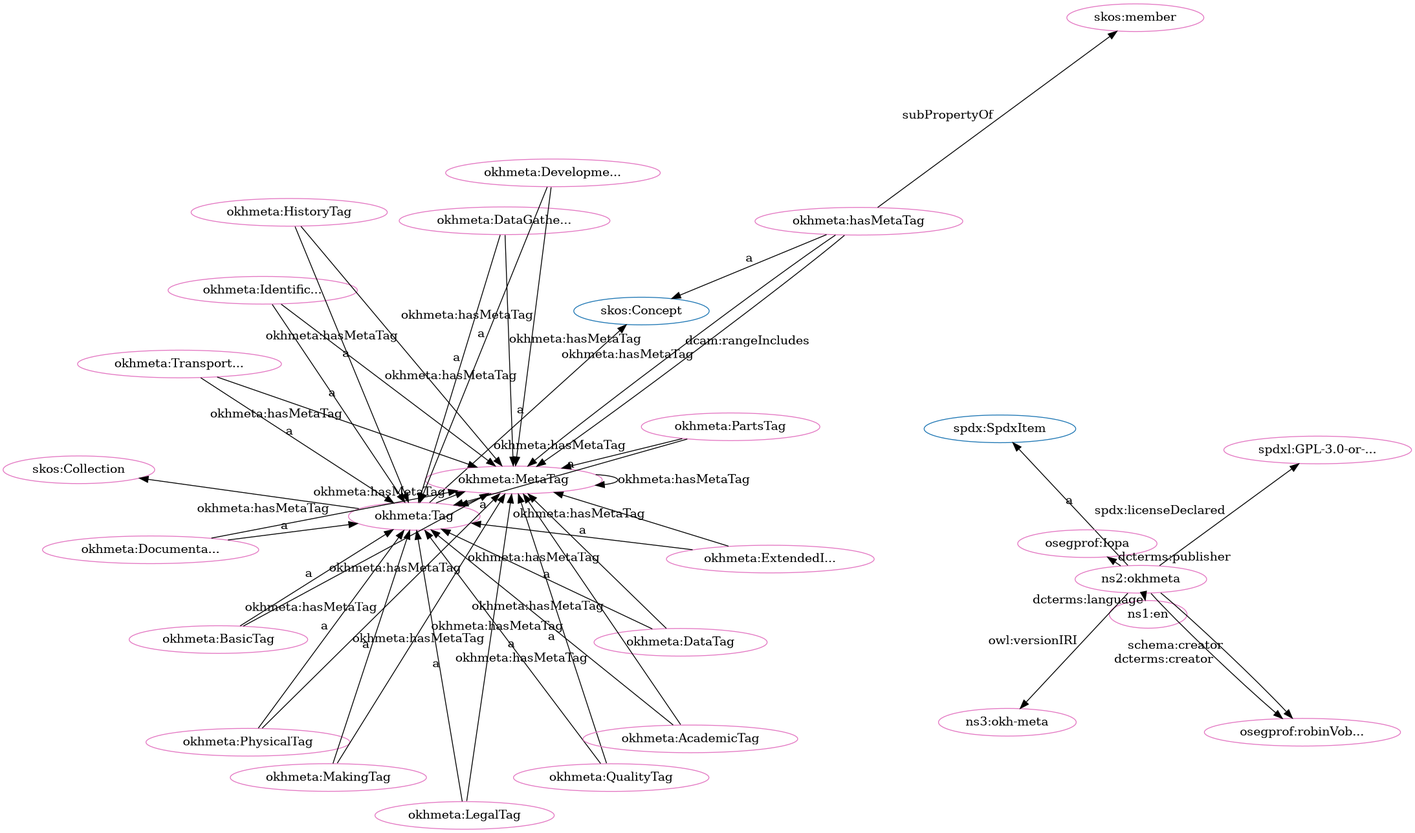
This is src/spec/dot_okh-meta-clean.png from iop-alliance/OpenKnowHow, a Graphviz export, as it was before one commit. Its source is kept beside it as src/spec/dot_okh-meta-clean.dot.
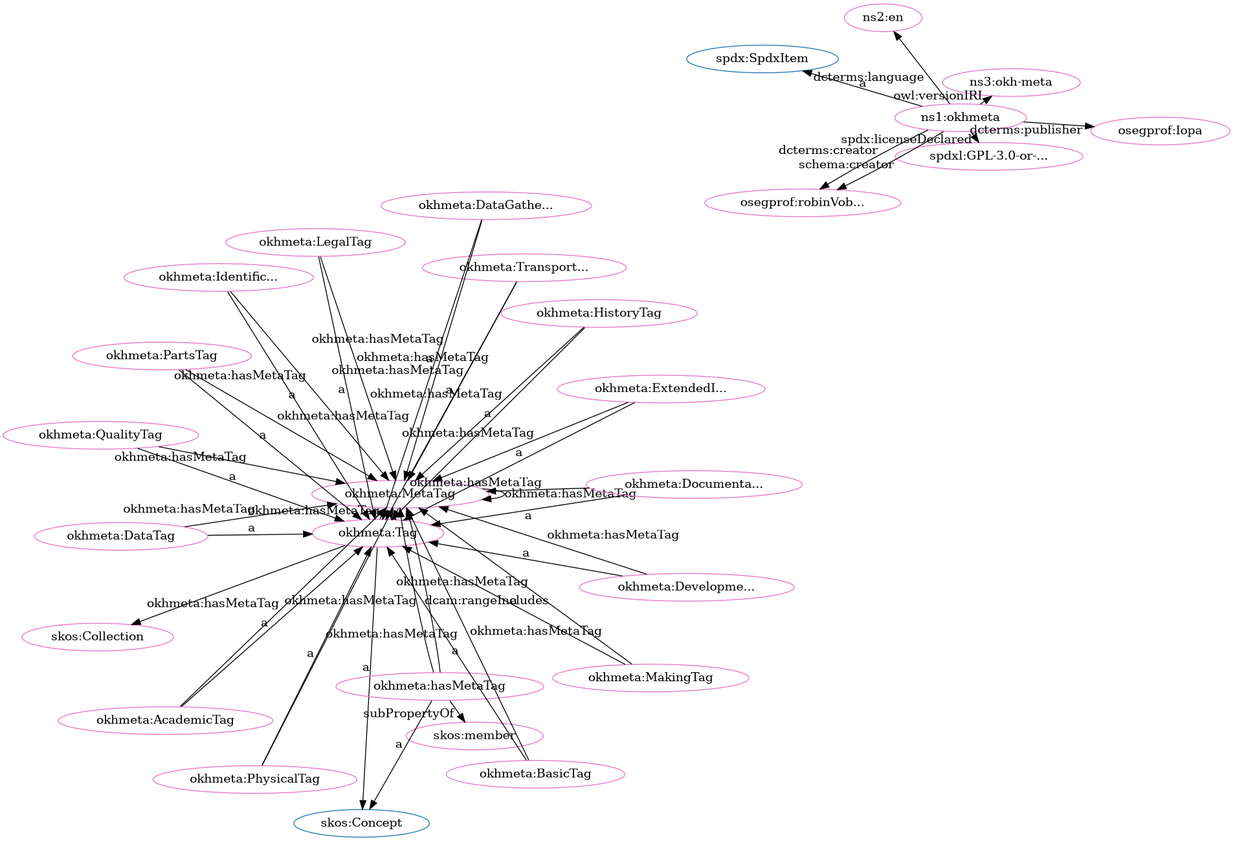
The same diagram one commit later.

The edit, as a diff of the source:
```diff
@@ -2,79 +2,79 @@
   rankdir=BT
   node[height=.3]
 "http://www.w3.org/2004/02/skos/core#Collection" [fillcolor="#1f77b4" color="#1f77b4" label="skos:Collection"]
+"http://spdx.org/rdf/terms#SpdxItem" [fillcolor="#1f77b4" color="#1f77b4" label="spdx:SpdxItem"]
+"http://w3id.org/oseg/ont/okhmeta#Tag" [fillcolor="#1f77b4" color="#1f77b4" label="okhmeta:Tag"]
 "http://www.w3.org/2004/02/skos/core#Concept" [fillcolor="#1f77b4" color="#1f77b4" label="skos:Concept"]
-"http://w3id.org/oseg/ont/okhmeta#Tag" [fillcolor="#1f77b4" color="#1f77b4" label="okhmeta:Tag"]
-"http://spdx.org/rdf/terms#SpdxItem" [fillcolor="#1f77b4" color="#1f77b4" label="spdx:SpdxItem"]
-"http://w3id.org/oseg/ont/okhmeta#ExtendedInfoTag" [fillcolor="#e377c2" color="#e377c2" label="okhmeta:ExtendedI..."]
-"http://w3id.org/oseg/ont/okhmeta#DataTag" [fillcolor="#e377c2" color="#e377c2" label="okhmeta:DataTag"]
+"http://spdx.org/licenses/GPL-3.0-or-later" [fillcolor="#e377c2" color="#e377c2" label="spdxl:GPL-3.0-or-..."]
+"http://w3id.org/oseg/ont/okhmeta" [fillcolor="#e377c2" color="#e377c2" label="ns1:okhmeta"]
+"http://www.w3.org/2004/02/skos/core#member" [fillcolor="#e377c2" color="#e377c2" label="skos:member"]
 "http://w3id.org/oseg/ont/okhmeta#IdentificationTag" [fillcolor="#e377c2" color="#e377c2" label="okhmeta:Identific..."]
 "http://w3id.org/oseg/ont/okhmeta#MetaTag" [fillcolor="#e377c2" color="#e377c2" label="okhmeta:MetaTag"]
-"http://w3id.org/oseg/ont/okhmeta#LegalTag" [fillcolor="#e377c2" color="#e377c2" label="okhmeta:LegalTag"]
-"http://spdx.org/licenses/GPL-3.0-or-later" [fillcolor="#e377c2" color="#e377c2" label="spdxl:GPL-3.0-or-..."]
-"http://www.w3.org/2004/02/skos/core#member" [fillcolor="#e377c2" color="#e377c2" label="skos:member"]
+"http://w3id.org/oseg/ont/okhmeta#AcademicTag" [fillcolor="#e377c2" color="#e377c2" label="okhmeta:AcademicTag"]
+"http://w3id.org/oseg/ont/okhmeta#MakingTag" [fillcolor="#e377c2" color="#e377c2" label="okhmeta:MakingTag"]
+"http://w3id.org/oseg/ont/okhmeta#PhysicalTag" [fillcolor="#e377c2" color="#e377c2" label="okhmeta:PhysicalTag"]
+"http://w3id.org/oseg/ont/okhmeta#DevelopmentTag" [fillcolor="#e377c2" color="#e377c2" label="okhmeta:Developme..."]
+"http://id.loc.gov/vocabulary/iso639-1/en" [fillcolor="#e377c2" color="#e377c2" label="ns2:en"]
+"http://w3id.org/oseg/ont/okhmeta#hasMetaTag" [fillcolor="#e377c2" color="#e377c2" label="okhmeta:hasMetaTag"]
+"http://w3id.org/oseg/ont/okhmeta#PartsTag" [fillcolor="#e377c2" color="#e377c2" label="okhmeta:PartsTag"]
+"http://w3id.org/oseg/ont/okhmeta#TransportationTag" [fillcolor="#e377c2" color="#e377c2" label="okhmeta:Transport..."]
+"http://w3id.org/oseg/ont/okhmeta#DataGatheringTag" [fillcolor="#e377c2" color="#e377c2" label="okhmeta:DataGathe..."]
+"http://w3id.org/oseg/ont/okhmeta#Tag" [fillcolor="#e377c2" color="#e377c2" label="okhmeta:Tag"]
+"http://w3id.org/oseg/ont/oseg-profiles#Iopa" [fillcolor="#e377c2" color="#e377c2" label="osegprof:Iopa"]
+"http://w3id.org/oseg/ont/okhmeta#ExtendedInfoTag" [fillcolor="#e377c2" color="#e377c2" label="okhmeta:ExtendedI..."]
+"http://w3id.org/oseg/ont/1.1.0/okh-meta" [fillcolor="#e377c2" color="#e377c2" label="ns3:okh-meta"]
 "http://w3id.org/oseg/ont/okhmeta#DocumentationTag" [fillcolor="#e377c2" color="#e377c2" label="okhmeta:Documenta..."]
 "http://w3id.org/oseg/ont/okhmeta#BasicTag" [fillcolor="#e377c2" color="#e377c2" label="okhmeta:BasicTag"]
-"http://w3id.org/oseg/ont/okhmeta#HistoryTag" [fillcolor="#e377c2" color="#e377c2" label="okhmeta:HistoryTag"]
-"http://w3id.org/oseg/ont/okhmeta#QualityTag" [fillcolor="#e377c2" color="#e377c2" label="okhmeta:QualityTag"]
-"http://id.loc.gov/vocabulary/iso639-1/en" [fillcolor="#e377c2" color="#e377c2" label="ns1:en"]
-"http://w3id.org/oseg/ont/okhmeta" [fillcolor="#e377c2" color="#e377c2" label="ns2:okhmeta"]
 "http://w3id.org/oseg/ont/oseg-profiles#robinVobruba" [fillcolor="#e377c2" color="#e377c2" label="osegprof:robinVob..."]
 "http://www.w3.org/2004/02/skos/core#Collection" [fillcolor="#e377c2" color="#e377c2" label="skos:Collection"]
-"http://w3id.org/oseg/ont/okhmeta#DataGatheringTag" [fillcolor="#e377c2" color="#e377c2" label="okhmeta:DataGathe..."]
-"http://w3id.org/oseg/ont/okhmeta#DevelopmentTag" [fillcolor="#e377c2" color="#e377c2" label="okhmeta:Developme..."]
-"http://w3id.org/oseg/ont/okhmeta#hasMetaTag" [fillcolor="#e377c2" color="#e377c2" label="okhmeta:hasMetaTag"]
-"http://w3id.org/oseg/ont/okhmeta#AcademicTag" [fillcolor="#e377c2" color="#e377c2" label="okhmeta:AcademicTag"]
-"http://w3id.org/oseg/ont/oseg-profiles#Iopa" [fillcolor="#e377c2" color="#e377c2" label="osegprof:Iopa"]
-"http://w3id.org/oseg/ont/okhmeta#PhysicalTag" [fillcolor="#e377c2" color="#e377c2" label="okhmeta:PhysicalTag"]
-"http://w3id.org/oseg/ont/okhmeta#PartsTag" [fillcolor="#e377c2" color="#e377c2" label="okhmeta:PartsTag"]
-"http://w3id.org/oseg/ont/okhmeta#Tag" [fillcolor="#e377c2" color="#e377c2" label="okhmeta:Tag"]
-"http://w3id.org/oseg/ont/1.1.0/okh-meta" [fillcolor="#e377c2" color="#e377c2" label="ns3:okh-meta"]
-"http://w3id.org/oseg/ont/okhmeta#TransportationTag" [fillcolor="#e377c2" color="#e377c2" label="okhmeta:Transport..."]
-"http://w3id.org/oseg/ont/okhmeta#MakingTag" [fillcolor="#e377c2" color="#e377c2" label="okhmeta:MakingTag"]
+"http://w3id.org/oseg/ont/okhmeta#QualityTag" [fillcolor="#e377c2" color="#e377c2" label="okhmeta:QualityTag"]
+"http://w3id.org/oseg/ont/okhmeta#LegalTag" [fillcolor="#e377c2" color="#e377c2" label="okhmeta:LegalTag"]
+"http://w3id.org/oseg/ont/okhmeta#DataTag" [fillcolor="#e377c2" color="#e377c2" label="okhmeta:DataTag"]
+"http://w3id.org/oseg/ont/okhmeta#HistoryTag" [fillcolor="#e377c2" color="#e377c2" label="okhmeta:HistoryTag"]
+  "http://w3id.org/oseg/ont/okhmeta" -> "http://spdx.org/licenses/GPL-3.0-or-later" [label="spdx:licenseDeclared"]
+  "http://w3id.org/oseg/ont/okhmeta#DocumentationTag" -> "http://w3id.org/oseg/ont/okhmeta#MetaTag" [label="okhmeta:hasMetaTag"]
+  "http://w3id.org/oseg/ont/okhmeta#MakingTag" -> "http://w3id.org/oseg/ont/okhmeta#Tag" [label="a"]
+  "http://w3id.org/oseg/ont/okhmeta#LegalTag" -> "http://w3id.org/oseg/ont/okhmeta#MetaTag" [label="okhmeta:hasMetaTag"]
+  "http://w3id.org/oseg/ont/okhmeta#hasMetaTag" -> "http://w3id.org/oseg/ont/okhmeta#MetaTag" [label="okhmeta:hasMetaTag"]
   "http://w3id.org/oseg/ont/okhmeta#DevelopmentTag" -> "http://w3id.org/oseg/ont/okhmeta#MetaTag" [label="okhmeta:hasMetaTag"]
+  "http://w3id.org/oseg/ont/okhmeta#PartsTag" -> "http://w3id.org/oseg/ont/okhmeta#Tag" [label="a"]
+  "http://w3id.org/oseg/ont/okhmeta#DataTag" -> "http://w3id.org/oseg/ont/okhmeta#MetaTag" [label="okhmeta:hasMetaTag"]
+  "http://w3id.org/oseg/ont/okhmeta#HistoryTag" -> "http://w3id.org/oseg/ont/okhmeta#MetaTag" [label="okhmeta:hasMetaTag"]
+  "http://w3id.org/oseg/ont/okhmeta#Tag" -> "http://www.w3.org/2004/02/skos/core#Concept" [label="a"]
+  "http://w3id.org/oseg/ont/okhmeta#ExtendedInfoTag" -> "http://w3id.org/oseg/ont/okhmeta#MetaTag" [label="okhmeta:hasMetaTag"]
+  "http://w3id.org/oseg/ont/okhmeta#BasicTag" -> "http://w3id.org/oseg/ont/okhmeta#Tag" [label="a"]
+  "http://w3id.org/oseg/ont/okhmeta" -> "http://w3id.org/oseg/ont/oseg-profiles#robinVobruba" [label="schema:creator"]
+  "http://w3id.org/oseg/ont/okhmeta#hasMetaTag" -> "http://w3id.org/oseg/ont/okhmeta#MetaTag" [label="dcam:rangeIncludes"]
+  "http://w3id.org/oseg/ont/okhmeta#MetaTag" -> "http://w3id.org/oseg/ont/okhmeta#Tag" [label="a"]
+  "http://w3id.org/oseg/ont/okhmeta#QualityTag" -> "http://w3id.org/oseg/ont/okhmeta#Tag" [label="a"]
+  "http://w3id.org/oseg/ont/okhmeta#DataTag" -> "http://w3id.org/oseg/ont/okhmeta#Tag" [label="a"]
+  "http://w3id.org/oseg/ont/okhmeta#PartsTag" -> "http://w3id.org/oseg/ont/okhmeta#MetaTag" [label="okhmeta:hasMetaTag"]
+  "http://w3id.org/oseg/ont/okhmeta#hasMetaTag" -> "http://www.w3.org/2004/02/skos/core#member" [label="subPropertyOf"]
+  "http://w3id.org/oseg/ont/okhmeta#IdentificationTag" -> "http://w3id.org/oseg/ont/okhmeta#Tag" [label="a"]
+  "http://w3id.org/oseg/ont/okhmeta#TransportationTag" -> "http://w3id.org/oseg/ont/okhmeta#MetaTag" [label="okhmeta:hasMetaTag"]
+  "http://w3id.org/oseg/ont/okhmeta#DataGatheringTag" -> "http://w3id.org/oseg/ont/okhmeta#MetaTag" [label="okhmeta:hasMetaTag"]
+  "http://w3id.org/oseg/ont/okhmeta" -> "http://spdx.org/rdf/terms#SpdxItem" [label="a"]
+  "http://w3id.org/oseg/ont/okhmeta#BasicTag" -> "http://w3id.org/oseg/ont/okhmeta#MetaTag" [label="okhmeta:hasMetaTag"]
+  "http://w3id.org/oseg/ont/okhmeta#AcademicTag" -> "http://w3id.org/oseg/ont/okhmeta#Tag" [label="a"]
+  "http://w3id.org/oseg/ont/okhmeta#PhysicalTag" -> "http://w3id.org/oseg/ont/okhmeta#Tag" [label="a"]
+  "http://w3id.org/oseg/ont/okhmeta#DevelopmentTag" -> "http://w3id.org/oseg/ont/okhmeta#Tag" [label="a"]
+  "http://w3id.org/oseg/ont/okhmeta" -> "http://id.loc.gov/vocabulary/iso639-1/en" [label="dcterms:language"]
+  "http://w3id.org/oseg/ont/okhmeta#hasMetaTag" -> "http://www.w3.org/2004/02/skos/core#Concept" [label="a"]
+  "http://w3id.org/oseg/ont/okhmeta#TransportationTag" -> "http://w3id.org/oseg/ont/okhmeta#Tag" [label="a"]
+  "http://w3id.org/oseg/ont/okhmeta#Tag" -> "http://w3id.org/oseg/ont/okhmeta#MetaTag" [label="okhmeta:hasMetaTag"]
+  "http://w3id.org/oseg/ont/okhmeta#DataGatheringTag" -> "http://w3id.org/oseg/ont/okhmeta#Tag" [label="a"]
+  "http://w3id.org/oseg/ont/okhmeta#IdentificationTag" -> "http://w3id.org/oseg/ont/okhmeta#MetaTag" [label="okhmeta:hasMetaTag"]
+  "http://w3id.org/oseg/ont/okhmeta" -> "http://w3id.org/oseg/ont/oseg-profiles#Iopa" [label="dcterms:publisher"]
+  "http://w3id.org/oseg/ont/okhmeta#ExtendedInfoTag" -> "http://w3id.org/oseg/ont/okhmeta#Tag" [label="a"]
+  "http://w3id.org/oseg/ont/okhmeta" -> "http://w3id.org/oseg/ont/1.1.0/okh-meta" [label="owl:versionIRI"]
+  "http://w3id.org/oseg/ont/okhmeta#DocumentationTag" -> "http://w3id.org/oseg/ont/okhmeta#Tag" [label="a"]
+  "http://w3id.org/oseg/ont/okhmeta#AcademicTag" -> "http://w3id.org/oseg/ont/okhmeta#MetaTag" [label="okhmeta:hasMetaTag"]
+  "http://w3id.org/oseg/ont/okhmeta" -> "http://w3id.org/oseg/ont/oseg-profiles#robinVobruba" [label="dcterms:creator"]
+  "http://w3id.org/oseg/ont/okhmeta#Tag" -> "http://www.w3.org/2004/02/skos/core#Collection" [label=""]
+  "http://w3id.org/oseg/ont/okhmeta#PhysicalTag" -> "http://w3id.org/oseg/ont/okhmeta#MetaTag" [label="okhmeta:hasMetaTag"]
   "http://w3id.org/oseg/ont/okhmeta#LegalTag" -> "http://w3id.org/oseg/ont/okhmeta#Tag" [label="a"]
-  "http://w3id.org/oseg/ont/okhmeta#PartsTag" -> "http://w3id.org/oseg/ont/okhmeta#MetaTag" [label="okhmeta:hasMetaTag"]
-  "http://w3id.org/oseg/ont/okhmeta#DocumentationTag" -> "http://w3id.org/oseg/ont/okhmeta#Tag" [label="a"]
-  "http://w3id.org/oseg/ont/okhmeta#MetaTag" -> "http://w3id.org/oseg/ont/okhmeta#Tag" [label="a"]
-  "http://w3id.org/oseg/ont/okhmeta#ExtendedInfoTag" -> "http://w3id.org/oseg/ont/okhmeta#MetaTag" [label="okhmeta:hasMetaTag"]
+  "http://w3id.org/oseg/ont/okhmeta#MetaTag" -> "http://w3id.org/oseg/ont/okhmeta#MetaTag" [label="okhmeta:hasMetaTag"]
+  "http://w3id.org/oseg/ont/okhmeta#MakingTag" -> "http://w3id.org/oseg/ont/okhmeta#MetaTag" [label="okhmeta:hasMetaTag"]
+  "http://w3id.org/oseg/ont/okhmeta#QualityTag" -> "http://w3id.org/oseg/ont/okhmeta#MetaTag" [label="okhmeta:hasMetaTag"]
   "http://w3id.org/oseg/ont/okhmeta#HistoryTag" -> "http://w3id.org/oseg/ont/okhmeta#Tag" [label="a"]
-  "http://w3id.org/oseg/ont/okhmeta#QualityTag" -> "http://w3id.org/oseg/ont/okhmeta#Tag" [label="a"]
-  "http://w3id.org/oseg/ont/okhmeta#MakingTag" -> "http://w3id.org/oseg/ont/okhmeta#MetaTag" [label="okhmeta:hasMetaTag"]
-  "http://w3id.org/oseg/ont/okhmeta#DataTag" -> "http://w3id.org/oseg/ont/okhmeta#MetaTag" [label="okhmeta:hasMetaTag"]
-  "http://w3id.org/oseg/ont/okhmeta#IdentificationTag" -> "http://w3id.org/oseg/ont/okhmeta#MetaTag" [label="okhmeta:hasMetaTag"]
-  "http://w3id.org/oseg/ont/okhmeta" -> "http://w3id.org/oseg/ont/oseg-profiles#robinVobruba" [label="schema:creator"]
-  "http://w3id.org/oseg/ont/okhmeta#Tag" -> "http://www.w3.org/2004/02/skos/core#Collection" [label=""]
-  "http://w3id.org/oseg/ont/okhmeta#DevelopmentTag" -> "http://w3id.org/oseg/ont/okhmeta#Tag" [label="a"]
-  "http://w3id.org/oseg/ont/okhmeta#PartsTag" -> "http://w3id.org/oseg/ont/okhmeta#Tag" [label="a"]
-  "http://w3id.org/oseg/ont/okhmeta#BasicTag" -> "http://w3id.org/oseg/ont/okhmeta#MetaTag" [label="okhmeta:hasMetaTag"]
-  "http://w3id.org/oseg/ont/okhmeta#Tag" -> "http://www.w3.org/2004/02/skos/core#Concept" [label="a"]
-  "http://w3id.org/oseg/ont/okhmeta" -> "http://w3id.org/oseg/ont/1.1.0/okh-meta" [label="owl:versionIRI"]
-  "http://w3id.org/oseg/ont/okhmeta#TransportationTag" -> "http://w3id.org/oseg/ont/okhmeta#Tag" [label="a"]
-  "http://w3id.org/oseg/ont/okhmeta#MakingTag" -> "http://w3id.org/oseg/ont/okhmeta#Tag" [label="a"]
-  "http://w3id.org/oseg/ont/okhmeta#DataGatheringTag" -> "http://w3id.org/oseg/ont/okhmeta#MetaTag" [label="okhmeta:hasMetaTag"]
-  "http://w3id.org/oseg/ont/okhmeta#ExtendedInfoTag" -> "http://w3id.org/oseg/ont/okhmeta#Tag" [label="a"]
-  "http://w3id.org/oseg/ont/okhmeta#DataTag" -> "http://w3id.org/oseg/ont/okhmeta#Tag" [label="a"]
-  "http://w3id.org/oseg/ont/okhmeta#IdentificationTag" -> "http://w3id.org/oseg/ont/okhmeta#Tag" [label="a"]
-  "http://w3id.org/oseg/ont/okhmeta#PhysicalTag" -> "http://w3id.org/oseg/ont/okhmeta#MetaTag" [label="okhmeta:hasMetaTag"]
-  "http://w3id.org/oseg/ont/okhmeta#AcademicTag" -> "http://w3id.org/oseg/ont/okhmeta#MetaTag" [label="okhmeta:hasMetaTag"]
-  "http://w3id.org/oseg/ont/okhmeta#Tag" -> "http://w3id.org/oseg/ont/okhmeta#MetaTag" [label="okhmeta:hasMetaTag"]
-  "http://w3id.org/oseg/ont/okhmeta" -> "http://spdx.org/licenses/GPL-3.0-or-later" [label="spdx:licenseDeclared"]
-  "http://w3id.org/oseg/ont/okhmeta#MetaTag" -> "http://w3id.org/oseg/ont/okhmeta#MetaTag" [label="okhmeta:hasMetaTag"]
-  "http://w3id.org/oseg/ont/okhmeta#hasMetaTag" -> "http://www.w3.org/2004/02/skos/core#member" [label="subPropertyOf"]
-  "http://w3id.org/oseg/ont/okhmeta#hasMetaTag" -> "http://w3id.org/oseg/ont/okhmeta#MetaTag" [label="okhmeta:hasMetaTag"]
-  "http://w3id.org/oseg/ont/okhmeta#BasicTag" -> "http://w3id.org/oseg/ont/okhmeta#Tag" [label="a"]
-  "http://w3id.org/oseg/ont/okhmeta#HistoryTag" -> "http://w3id.org/oseg/ont/okhmeta#MetaTag" [label="okhmeta:hasMetaTag"]
-  "http://w3id.org/oseg/ont/okhmeta#LegalTag" -> "http://w3id.org/oseg/ont/okhmeta#MetaTag" [label="okhmeta:hasMetaTag"]
-  "http://w3id.org/oseg/ont/okhmeta#DataGatheringTag" -> "http://w3id.org/oseg/ont/okhmeta#Tag" [label="a"]
-  "http://w3id.org/oseg/ont/okhmeta#hasMetaTag" -> "http://www.w3.org/2004/02/skos/core#Concept" [label="a"]
-  "http://w3id.org/oseg/ont/okhmeta#AcademicTag" -> "http://w3id.org/oseg/ont/okhmeta#Tag" [label="a"]
-  "http://w3id.org/oseg/ont/okhmeta" -> "http://w3id.org/oseg/ont/oseg-profiles#Iopa" [label="dcterms:publisher"]
-  "http://w3id.org/oseg/ont/okhmeta#PhysicalTag" -> "http://w3id.org/oseg/ont/okhmeta#Tag" [label="a"]
-  "http://w3id.org/oseg/ont/okhmeta" -> "http://w3id.org/oseg/ont/oseg-profiles#robinVobruba" [label="dcterms:creator"]
-  "http://w3id.org/oseg/ont/okhmeta" -> "http://spdx.org/rdf/terms#SpdxItem" [label="a"]
-  "http://w3id.org/oseg/ont/okhmeta#DocumentationTag" -> "http://w3id.org/oseg/ont/okhmeta#MetaTag" [label="okhmeta:hasMetaTag"]
-  "http://w3id.org/oseg/ont/okhmeta#QualityTag" -> "http://w3id.org/oseg/ont/okhmeta#MetaTag" [label="okhmeta:hasMetaTag"]
-  "http://w3id.org/oseg/ont/okhmeta#hasMetaTag" -> "http://w3id.org/oseg/ont/okhmeta#MetaTag" [label="dcam:rangeIncludes"]
-  "http://w3id.org/oseg/ont/okhmeta#TransportationTag" -> "http://w3id.org/oseg/ont/okhmeta#MetaTag" [label="okhmeta:hasMetaTag"]
-  "http://w3id.org/oseg/ont/okhmeta" -> "http://id.loc.gov/vocabulary/iso639-1/en" [label="dcterms:language"]
 }
```
